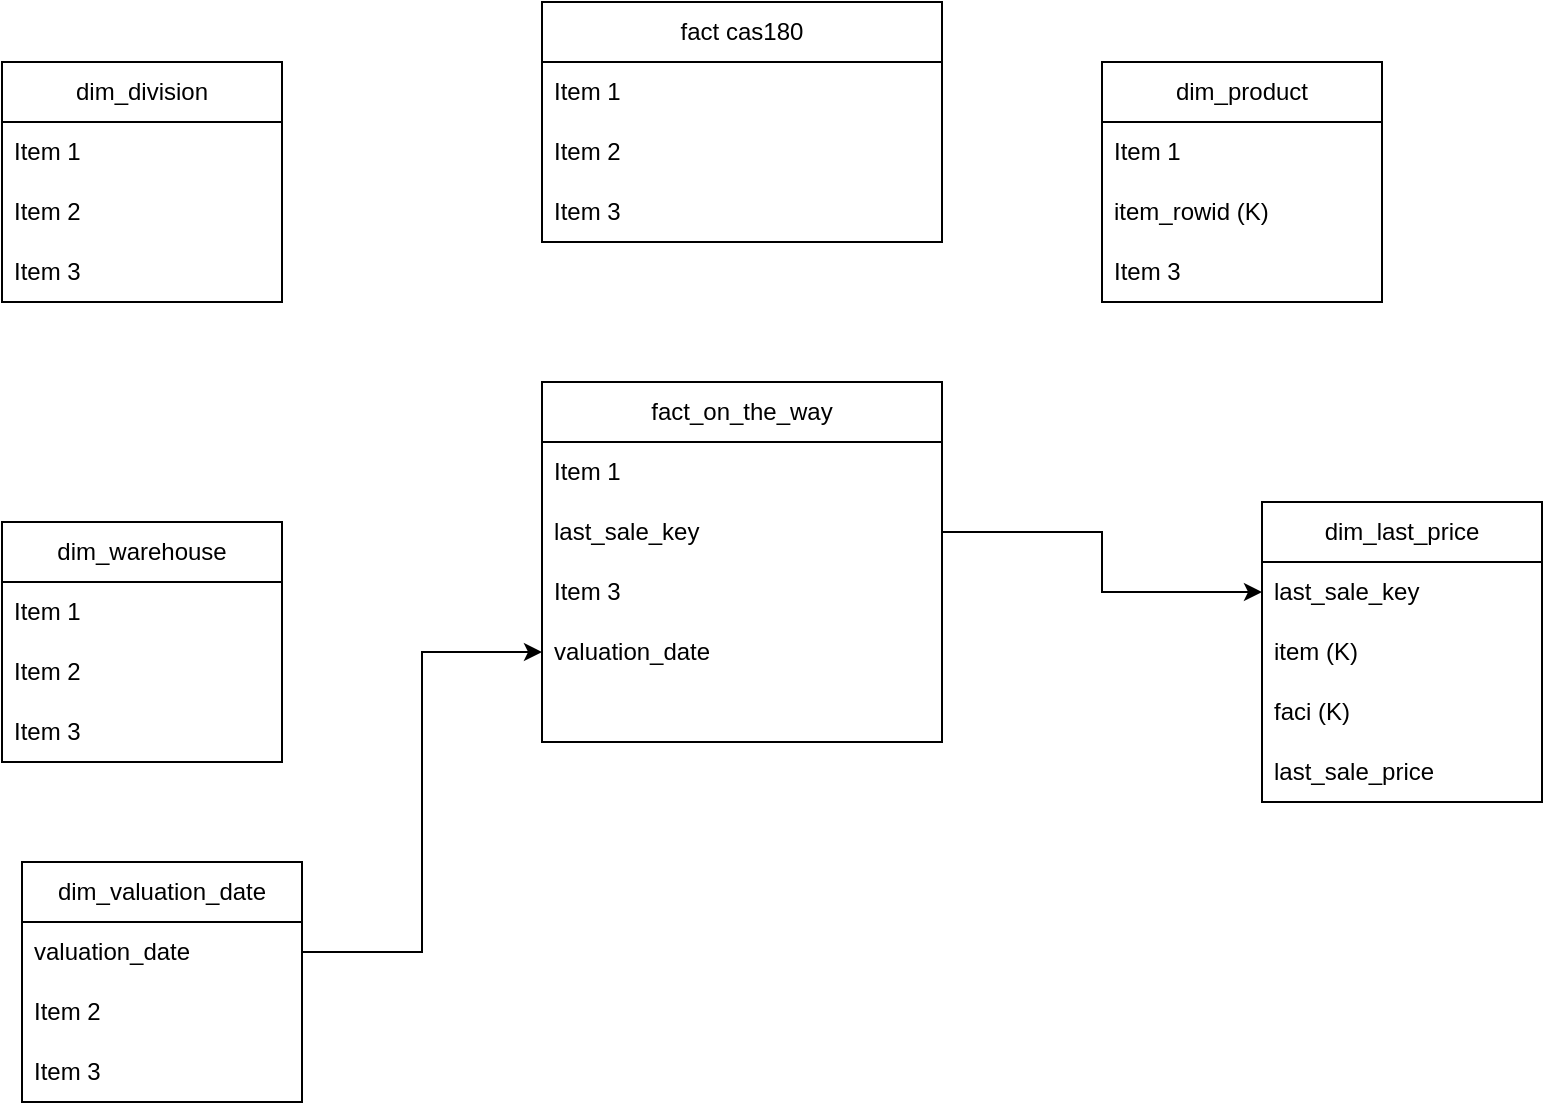
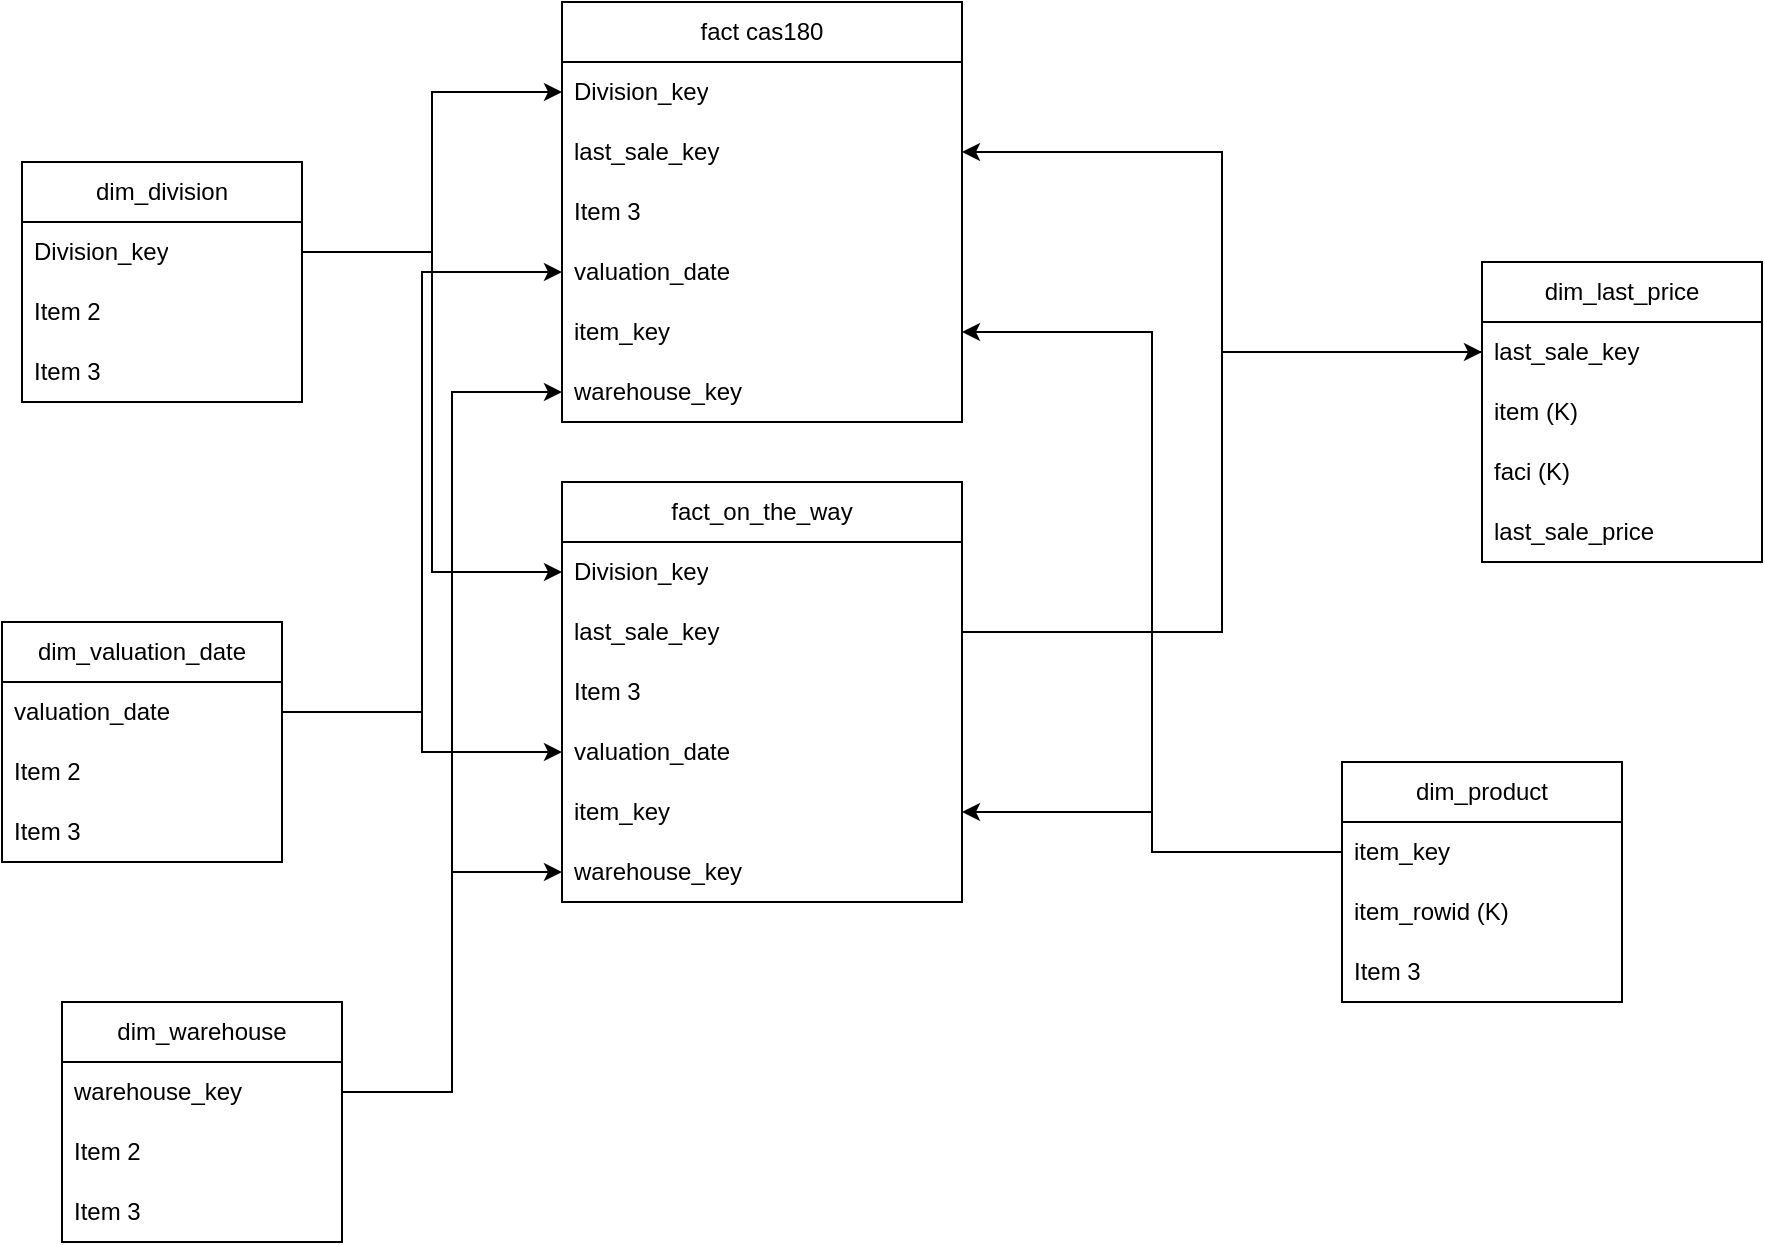
<mxfile host="app.diagrams.net" agent="Mozilla/5.0 (Windows NT 10.0; Win64; x64) AppleWebKit/537.36 (KHTML, like Gecko) Chrome/145.0.0.0 Safari/537.36 Edg/145.0.0.0" version="29.6.6">
  <diagram name="‫עמוד-1‬" id="SnngZsenntkvgHkmtbEi">
    <mxGraphModel dx="1418" dy="746" grid="1" gridSize="10" guides="1" tooltips="1" connect="1" arrows="1" fold="1" page="1" pageScale="1" pageWidth="850" pageHeight="1100" math="0" shadow="0">
      <root>
        <mxCell id="0" />
        <mxCell id="1" parent="0" />
-         <mxCell id="yjG42Ky0P6LHerlhkugd-1" parent="1" style="swimlane;fontStyle=0;childLayout=stackLayout;horizontal=1;startSize=30;horizontalStack=0;resizeParent=1;resizeParentMax=0;resizeLast=0;collapsible=1;marginBottom=0;whiteSpace=wrap;html=1;" value="fact&amp;nbsp;&lt;span style=&quot;background-color: transparent; color: light-dark(rgb(0, 0, 0), rgb(255, 255, 255));&quot;&gt;cas180&lt;/span&gt;" vertex="1">
-           <mxGeometry height="120" width="200" x="360" y="120" as="geometry" />
+         <mxCell id="yjG42Ky0P6LHerlhkugd-5" parent="1" style="swimlane;fontStyle=0;childLayout=stackLayout;horizontal=1;startSize=30;horizontalStack=0;resizeParent=1;resizeParentMax=0;resizeLast=0;collapsible=1;marginBottom=0;whiteSpace=wrap;html=1;" value="fact_on_the_way" vertex="1">
+           <mxGeometry height="210" width="200" x="360" y="310" as="geometry" />
        </mxCell>
-         <mxCell id="yjG42Ky0P6LHerlhkugd-2" parent="yjG42Ky0P6LHerlhkugd-1" style="text;strokeColor=none;fillColor=none;align=left;verticalAlign=middle;spacingLeft=4;spacingRight=4;overflow=hidden;points=[[0,0.5],[1,0.5]];portConstraint=eastwest;rotatable=0;whiteSpace=wrap;html=1;" value="Item 1" vertex="1">
-           <mxGeometry height="30" width="200" y="30" as="geometry" />
-         </mxCell>
-         <mxCell id="yjG42Ky0P6LHerlhkugd-3" parent="yjG42Ky0P6LHerlhkugd-1" style="text;strokeColor=none;fillColor=none;align=left;verticalAlign=middle;spacingLeft=4;spacingRight=4;overflow=hidden;points=[[0,0.5],[1,0.5]];portConstraint=eastwest;rotatable=0;whiteSpace=wrap;html=1;" value="Item 2" vertex="1">
-           <mxGeometry height="30" width="200" y="60" as="geometry" />
-         </mxCell>
-         <mxCell id="yjG42Ky0P6LHerlhkugd-4" parent="yjG42Ky0P6LHerlhkugd-1" style="text;strokeColor=none;fillColor=none;align=left;verticalAlign=middle;spacingLeft=4;spacingRight=4;overflow=hidden;points=[[0,0.5],[1,0.5]];portConstraint=eastwest;rotatable=0;whiteSpace=wrap;html=1;" value="Item 3" vertex="1">
-           <mxGeometry height="30" width="200" y="90" as="geometry" />
-         </mxCell>
-         <mxCell id="yjG42Ky0P6LHerlhkugd-5" parent="1" style="swimlane;fontStyle=0;childLayout=stackLayout;horizontal=1;startSize=30;horizontalStack=0;resizeParent=1;resizeParentMax=0;resizeLast=0;collapsible=1;marginBottom=0;whiteSpace=wrap;html=1;" value="fact_on_the_way" vertex="1">
-           <mxGeometry height="180" width="200" x="360" y="310" as="geometry" />
-         </mxCell>
-         <mxCell id="yjG42Ky0P6LHerlhkugd-6" parent="yjG42Ky0P6LHerlhkugd-5" style="text;strokeColor=none;fillColor=none;align=left;verticalAlign=middle;spacingLeft=4;spacingRight=4;overflow=hidden;points=[[0,0.5],[1,0.5]];portConstraint=eastwest;rotatable=0;whiteSpace=wrap;html=1;" value="Item 1" vertex="1">
+         <mxCell id="yjG42Ky0P6LHerlhkugd-6" parent="yjG42Ky0P6LHerlhkugd-5" style="text;strokeColor=none;fillColor=none;align=left;verticalAlign=middle;spacingLeft=4;spacingRight=4;overflow=hidden;points=[[0,0.5],[1,0.5]];portConstraint=eastwest;rotatable=0;whiteSpace=wrap;html=1;" value="Division_key" vertex="1">
          <mxGeometry height="30" width="200" y="30" as="geometry" />
        </mxCell>
        <mxCell id="yjG42Ky0P6LHerlhkugd-7" parent="yjG42Ky0P6LHerlhkugd-5" style="text;strokeColor=none;fillColor=none;align=left;verticalAlign=middle;spacingLeft=4;spacingRight=4;overflow=hidden;points=[[0,0.5],[1,0.5]];portConstraint=eastwest;rotatable=0;whiteSpace=wrap;html=1;" value="last_sale_key" vertex="1">
          <mxGeometry height="30" width="200" y="60" as="geometry" />
        </mxCell>
        <mxCell id="yjG42Ky0P6LHerlhkugd-8" parent="yjG42Ky0P6LHerlhkugd-5" style="text;strokeColor=none;fillColor=none;align=left;verticalAlign=middle;spacingLeft=4;spacingRight=4;overflow=hidden;points=[[0,0.5],[1,0.5]];portConstraint=eastwest;rotatable=0;whiteSpace=wrap;html=1;" value="Item 3" vertex="1">
          <mxGeometry height="30" width="200" y="90" as="geometry" />
        </mxCell>
        <mxCell id="wR4kLueTRnFJMng4TcAf-12" parent="yjG42Ky0P6LHerlhkugd-5" style="text;strokeColor=none;fillColor=none;align=left;verticalAlign=middle;spacingLeft=4;spacingRight=4;overflow=hidden;points=[[0,0.5],[1,0.5]];portConstraint=eastwest;rotatable=0;whiteSpace=wrap;html=1;" value="valuation_date" vertex="1">
          <mxGeometry height="30" width="200" y="120" as="geometry" />
        </mxCell>
-         <mxCell id="wR4kLueTRnFJMng4TcAf-11" parent="yjG42Ky0P6LHerlhkugd-5" style="text;strokeColor=none;fillColor=none;align=left;verticalAlign=middle;spacingLeft=4;spacingRight=4;overflow=hidden;points=[[0,0.5],[1,0.5]];portConstraint=eastwest;rotatable=0;whiteSpace=wrap;html=1;" vertex="1">
+         <mxCell id="wR4kLueTRnFJMng4TcAf-11" parent="yjG42Ky0P6LHerlhkugd-5" style="text;strokeColor=none;fillColor=none;align=left;verticalAlign=middle;spacingLeft=4;spacingRight=4;overflow=hidden;points=[[0,0.5],[1,0.5]];portConstraint=eastwest;rotatable=0;whiteSpace=wrap;html=1;" value="item_key" vertex="1">
          <mxGeometry height="30" width="200" y="150" as="geometry" />
+         </mxCell>
+         <mxCell id="wR4kLueTRnFJMng4TcAf-16" parent="yjG42Ky0P6LHerlhkugd-5" style="text;strokeColor=none;fillColor=none;align=left;verticalAlign=middle;spacingLeft=4;spacingRight=4;overflow=hidden;points=[[0,0.5],[1,0.5]];portConstraint=eastwest;rotatable=0;whiteSpace=wrap;html=1;" value="&lt;span style=&quot;text-align: center;&quot;&gt;warehouse_key&lt;/span&gt;" vertex="1">
+           <mxGeometry height="30" width="200" y="180" as="geometry" />
        </mxCell>
        <mxCell id="yjG42Ky0P6LHerlhkugd-9" parent="1" style="swimlane;fontStyle=0;childLayout=stackLayout;horizontal=1;startSize=30;horizontalStack=0;resizeParent=1;resizeParentMax=0;resizeLast=0;collapsible=1;marginBottom=0;whiteSpace=wrap;html=1;" value="dim_division" vertex="1">
          <mxGeometry height="120" width="140" x="90" y="150" as="geometry" />
        </mxCell>
-         <mxCell id="yjG42Ky0P6LHerlhkugd-10" parent="yjG42Ky0P6LHerlhkugd-9" style="text;strokeColor=none;fillColor=none;align=left;verticalAlign=middle;spacingLeft=4;spacingRight=4;overflow=hidden;points=[[0,0.5],[1,0.5]];portConstraint=eastwest;rotatable=0;whiteSpace=wrap;html=1;" value="Item 1" vertex="1">
+         <mxCell id="yjG42Ky0P6LHerlhkugd-10" parent="yjG42Ky0P6LHerlhkugd-9" style="text;strokeColor=none;fillColor=none;align=left;verticalAlign=middle;spacingLeft=4;spacingRight=4;overflow=hidden;points=[[0,0.5],[1,0.5]];portConstraint=eastwest;rotatable=0;whiteSpace=wrap;html=1;" value="Division_key" vertex="1">
          <mxGeometry height="30" width="140" y="30" as="geometry" />
        </mxCell>
        <mxCell id="yjG42Ky0P6LHerlhkugd-11" parent="yjG42Ky0P6LHerlhkugd-9" style="text;strokeColor=none;fillColor=none;align=left;verticalAlign=middle;spacingLeft=4;spacingRight=4;overflow=hidden;points=[[0,0.5],[1,0.5]];portConstraint=eastwest;rotatable=0;whiteSpace=wrap;html=1;" value="Item 2" vertex="1">
          <mxGeometry height="30" width="140" y="60" as="geometry" />
        </mxCell>
        <mxCell id="yjG42Ky0P6LHerlhkugd-12" parent="yjG42Ky0P6LHerlhkugd-9" style="text;strokeColor=none;fillColor=none;align=left;verticalAlign=middle;spacingLeft=4;spacingRight=4;overflow=hidden;points=[[0,0.5],[1,0.5]];portConstraint=eastwest;rotatable=0;whiteSpace=wrap;html=1;" value="Item 3" vertex="1">
          <mxGeometry height="30" width="140" y="90" as="geometry" />
        </mxCell>
        <mxCell id="yjG42Ky0P6LHerlhkugd-13" parent="1" style="swimlane;fontStyle=0;childLayout=stackLayout;horizontal=1;startSize=30;horizontalStack=0;resizeParent=1;resizeParentMax=0;resizeLast=0;collapsible=1;marginBottom=0;whiteSpace=wrap;html=1;" value="dim_warehouse" vertex="1">
-           <mxGeometry height="120" width="140" x="90" y="380" as="geometry" />
+           <mxGeometry height="120" width="140" x="110" y="570" as="geometry" />
        </mxCell>
-         <mxCell id="yjG42Ky0P6LHerlhkugd-14" parent="yjG42Ky0P6LHerlhkugd-13" style="text;strokeColor=none;fillColor=none;align=left;verticalAlign=middle;spacingLeft=4;spacingRight=4;overflow=hidden;points=[[0,0.5],[1,0.5]];portConstraint=eastwest;rotatable=0;whiteSpace=wrap;html=1;" value="Item 1" vertex="1">
+         <mxCell id="yjG42Ky0P6LHerlhkugd-14" parent="yjG42Ky0P6LHerlhkugd-13" style="text;strokeColor=none;fillColor=none;align=left;verticalAlign=middle;spacingLeft=4;spacingRight=4;overflow=hidden;points=[[0,0.5],[1,0.5]];portConstraint=eastwest;rotatable=0;whiteSpace=wrap;html=1;" value="&lt;span style=&quot;text-align: center;&quot;&gt;warehouse_key&lt;/span&gt;" vertex="1">
          <mxGeometry height="30" width="140" y="30" as="geometry" />
        </mxCell>
        <mxCell id="yjG42Ky0P6LHerlhkugd-15" parent="yjG42Ky0P6LHerlhkugd-13" style="text;strokeColor=none;fillColor=none;align=left;verticalAlign=middle;spacingLeft=4;spacingRight=4;overflow=hidden;points=[[0,0.5],[1,0.5]];portConstraint=eastwest;rotatable=0;whiteSpace=wrap;html=1;" value="Item 2" vertex="1">
          <mxGeometry height="30" width="140" y="60" as="geometry" />
        </mxCell>
        <mxCell id="yjG42Ky0P6LHerlhkugd-16" parent="yjG42Ky0P6LHerlhkugd-13" style="text;strokeColor=none;fillColor=none;align=left;verticalAlign=middle;spacingLeft=4;spacingRight=4;overflow=hidden;points=[[0,0.5],[1,0.5]];portConstraint=eastwest;rotatable=0;whiteSpace=wrap;html=1;" value="Item 3" vertex="1">
          <mxGeometry height="30" width="140" y="90" as="geometry" />
        </mxCell>
        <mxCell id="yjG42Ky0P6LHerlhkugd-17" parent="1" style="swimlane;fontStyle=0;childLayout=stackLayout;horizontal=1;startSize=30;horizontalStack=0;resizeParent=1;resizeParentMax=0;resizeLast=0;collapsible=1;marginBottom=0;whiteSpace=wrap;html=1;" value="dim_product" vertex="1">
-           <mxGeometry height="120" width="140" x="640" y="150" as="geometry" />
+           <mxGeometry height="120" width="140" x="750" y="450" as="geometry" />
        </mxCell>
-         <mxCell id="yjG42Ky0P6LHerlhkugd-18" parent="yjG42Ky0P6LHerlhkugd-17" style="text;strokeColor=none;fillColor=none;align=left;verticalAlign=middle;spacingLeft=4;spacingRight=4;overflow=hidden;points=[[0,0.5],[1,0.5]];portConstraint=eastwest;rotatable=0;whiteSpace=wrap;html=1;" value="Item 1" vertex="1">
+         <mxCell id="yjG42Ky0P6LHerlhkugd-18" parent="yjG42Ky0P6LHerlhkugd-17" style="text;strokeColor=none;fillColor=none;align=left;verticalAlign=middle;spacingLeft=4;spacingRight=4;overflow=hidden;points=[[0,0.5],[1,0.5]];portConstraint=eastwest;rotatable=0;whiteSpace=wrap;html=1;" value="item_key" vertex="1">
          <mxGeometry height="30" width="140" y="30" as="geometry" />
        </mxCell>
        <mxCell id="yjG42Ky0P6LHerlhkugd-19" parent="yjG42Ky0P6LHerlhkugd-17" style="text;strokeColor=none;fillColor=none;align=left;verticalAlign=middle;spacingLeft=4;spacingRight=4;overflow=hidden;points=[[0,0.5],[1,0.5]];portConstraint=eastwest;rotatable=0;whiteSpace=wrap;html=1;" value="item_rowid (K)" vertex="1">
          <mxGeometry height="30" width="140" y="60" as="geometry" />
        </mxCell>
        <mxCell id="yjG42Ky0P6LHerlhkugd-20" parent="yjG42Ky0P6LHerlhkugd-17" style="text;strokeColor=none;fillColor=none;align=left;verticalAlign=middle;spacingLeft=4;spacingRight=4;overflow=hidden;points=[[0,0.5],[1,0.5]];portConstraint=eastwest;rotatable=0;whiteSpace=wrap;html=1;" value="Item 3" vertex="1">
          <mxGeometry height="30" width="140" y="90" as="geometry" />
        </mxCell>
        <mxCell id="wR4kLueTRnFJMng4TcAf-1" parent="1" style="swimlane;fontStyle=0;childLayout=stackLayout;horizontal=1;startSize=30;horizontalStack=0;resizeParent=1;resizeParentMax=0;resizeLast=0;collapsible=1;marginBottom=0;whiteSpace=wrap;html=1;" value="dim_last_price" vertex="1">
-           <mxGeometry height="150" width="140" x="720" y="370" as="geometry" />
+           <mxGeometry height="150" width="140" x="820" y="200" as="geometry" />
        </mxCell>
        <mxCell id="wR4kLueTRnFJMng4TcAf-2" parent="wR4kLueTRnFJMng4TcAf-1" style="text;strokeColor=none;fillColor=none;align=left;verticalAlign=middle;spacingLeft=4;spacingRight=4;overflow=hidden;points=[[0,0.5],[1,0.5]];portConstraint=eastwest;rotatable=0;whiteSpace=wrap;html=1;" value="last_sale_key" vertex="1">
          <mxGeometry height="30" width="140" y="30" as="geometry" />
        </mxCell>
        <mxCell id="wR4kLueTRnFJMng4TcAf-3" parent="wR4kLueTRnFJMng4TcAf-1" style="text;strokeColor=none;fillColor=none;align=left;verticalAlign=middle;spacingLeft=4;spacingRight=4;overflow=hidden;points=[[0,0.5],[1,0.5]];portConstraint=eastwest;rotatable=0;whiteSpace=wrap;html=1;" value="item (K)" vertex="1">
          <mxGeometry height="30" width="140" y="60" as="geometry" />
        </mxCell>
        <mxCell id="wR4kLueTRnFJMng4TcAf-5" parent="wR4kLueTRnFJMng4TcAf-1" style="text;strokeColor=none;fillColor=none;align=left;verticalAlign=middle;spacingLeft=4;spacingRight=4;overflow=hidden;points=[[0,0.5],[1,0.5]];portConstraint=eastwest;rotatable=0;whiteSpace=wrap;html=1;" value="faci (K)" vertex="1">
          <mxGeometry height="30" width="140" y="90" as="geometry" />
        </mxCell>
        <mxCell id="wR4kLueTRnFJMng4TcAf-4" parent="wR4kLueTRnFJMng4TcAf-1" style="text;strokeColor=none;fillColor=none;align=left;verticalAlign=middle;spacingLeft=4;spacingRight=4;overflow=hidden;points=[[0,0.5],[1,0.5]];portConstraint=eastwest;rotatable=0;whiteSpace=wrap;html=1;" value="last_sale_price" vertex="1">
          <mxGeometry height="30" width="140" y="120" as="geometry" />
        </mxCell>
        <mxCell id="wR4kLueTRnFJMng4TcAf-6" edge="1" parent="1" source="yjG42Ky0P6LHerlhkugd-7" style="edgeStyle=orthogonalEdgeStyle;rounded=0;orthogonalLoop=1;jettySize=auto;html=1;" target="wR4kLueTRnFJMng4TcAf-2">
          <mxGeometry relative="1" as="geometry" />
        </mxCell>
        <mxCell id="wR4kLueTRnFJMng4TcAf-7" parent="1" style="swimlane;fontStyle=0;childLayout=stackLayout;horizontal=1;startSize=30;horizontalStack=0;resizeParent=1;resizeParentMax=0;resizeLast=0;collapsible=1;marginBottom=0;whiteSpace=wrap;html=1;" value="dim_&lt;span style=&quot;text-align: left;&quot;&gt;valuation&lt;/span&gt;_date" vertex="1">
-           <mxGeometry height="120" width="140" x="100" y="550" as="geometry" />
+           <mxGeometry height="120" width="140" x="80" y="380" as="geometry" />
        </mxCell>
        <mxCell id="wR4kLueTRnFJMng4TcAf-8" parent="wR4kLueTRnFJMng4TcAf-7" style="text;strokeColor=none;fillColor=none;align=left;verticalAlign=middle;spacingLeft=4;spacingRight=4;overflow=hidden;points=[[0,0.5],[1,0.5]];portConstraint=eastwest;rotatable=0;whiteSpace=wrap;html=1;" value="valuation_date" vertex="1">
          <mxGeometry height="30" width="140" y="30" as="geometry" />
        </mxCell>
        <mxCell id="wR4kLueTRnFJMng4TcAf-9" parent="wR4kLueTRnFJMng4TcAf-7" style="text;strokeColor=none;fillColor=none;align=left;verticalAlign=middle;spacingLeft=4;spacingRight=4;overflow=hidden;points=[[0,0.5],[1,0.5]];portConstraint=eastwest;rotatable=0;whiteSpace=wrap;html=1;" value="Item 2" vertex="1">
          <mxGeometry height="30" width="140" y="60" as="geometry" />
        </mxCell>
        <mxCell id="wR4kLueTRnFJMng4TcAf-10" parent="wR4kLueTRnFJMng4TcAf-7" style="text;strokeColor=none;fillColor=none;align=left;verticalAlign=middle;spacingLeft=4;spacingRight=4;overflow=hidden;points=[[0,0.5],[1,0.5]];portConstraint=eastwest;rotatable=0;whiteSpace=wrap;html=1;" value="Item 3" vertex="1">
          <mxGeometry height="30" width="140" y="90" as="geometry" />
        </mxCell>
        <mxCell id="wR4kLueTRnFJMng4TcAf-13" edge="1" parent="1" source="wR4kLueTRnFJMng4TcAf-8" style="edgeStyle=orthogonalEdgeStyle;rounded=0;orthogonalLoop=1;jettySize=auto;html=1;" target="wR4kLueTRnFJMng4TcAf-12">
          <mxGeometry relative="1" as="geometry" />
        </mxCell>
+         <mxCell id="wR4kLueTRnFJMng4TcAf-14" edge="1" parent="1" source="yjG42Ky0P6LHerlhkugd-10" style="edgeStyle=orthogonalEdgeStyle;rounded=0;orthogonalLoop=1;jettySize=auto;html=1;" target="yjG42Ky0P6LHerlhkugd-6">
+           <mxGeometry relative="1" as="geometry" />
+         </mxCell>
+         <mxCell id="wR4kLueTRnFJMng4TcAf-15" edge="1" parent="1" source="yjG42Ky0P6LHerlhkugd-18" style="edgeStyle=orthogonalEdgeStyle;rounded=0;orthogonalLoop=1;jettySize=auto;html=1;" target="wR4kLueTRnFJMng4TcAf-11">
+           <mxGeometry relative="1" as="geometry" />
+         </mxCell>
+         <mxCell id="wR4kLueTRnFJMng4TcAf-17" edge="1" parent="1" source="yjG42Ky0P6LHerlhkugd-14" style="edgeStyle=orthogonalEdgeStyle;rounded=0;orthogonalLoop=1;jettySize=auto;html=1;" target="wR4kLueTRnFJMng4TcAf-16">
+           <mxGeometry relative="1" as="geometry" />
+         </mxCell>
+         <mxCell id="wR4kLueTRnFJMng4TcAf-18" parent="1" style="swimlane;fontStyle=0;childLayout=stackLayout;horizontal=1;startSize=30;horizontalStack=0;resizeParent=1;resizeParentMax=0;resizeLast=0;collapsible=1;marginBottom=0;whiteSpace=wrap;html=1;" value="fact&amp;nbsp;&lt;span style=&quot;color: light-dark(rgb(0, 0, 0), rgb(255, 255, 255)); background-color: transparent;&quot;&gt;cas180&lt;/span&gt;" vertex="1">
+           <mxGeometry height="210" width="200" x="360" y="70" as="geometry" />
+         </mxCell>
+         <mxCell id="wR4kLueTRnFJMng4TcAf-19" parent="wR4kLueTRnFJMng4TcAf-18" style="text;strokeColor=none;fillColor=none;align=left;verticalAlign=middle;spacingLeft=4;spacingRight=4;overflow=hidden;points=[[0,0.5],[1,0.5]];portConstraint=eastwest;rotatable=0;whiteSpace=wrap;html=1;" value="Division_key" vertex="1">
+           <mxGeometry height="30" width="200" y="30" as="geometry" />
+         </mxCell>
+         <mxCell id="wR4kLueTRnFJMng4TcAf-20" parent="wR4kLueTRnFJMng4TcAf-18" style="text;strokeColor=none;fillColor=none;align=left;verticalAlign=middle;spacingLeft=4;spacingRight=4;overflow=hidden;points=[[0,0.5],[1,0.5]];portConstraint=eastwest;rotatable=0;whiteSpace=wrap;html=1;" value="last_sale_key" vertex="1">
+           <mxGeometry height="30" width="200" y="60" as="geometry" />
+         </mxCell>
+         <mxCell id="wR4kLueTRnFJMng4TcAf-21" parent="wR4kLueTRnFJMng4TcAf-18" style="text;strokeColor=none;fillColor=none;align=left;verticalAlign=middle;spacingLeft=4;spacingRight=4;overflow=hidden;points=[[0,0.5],[1,0.5]];portConstraint=eastwest;rotatable=0;whiteSpace=wrap;html=1;" value="Item 3" vertex="1">
+           <mxGeometry height="30" width="200" y="90" as="geometry" />
+         </mxCell>
+         <mxCell id="wR4kLueTRnFJMng4TcAf-22" parent="wR4kLueTRnFJMng4TcAf-18" style="text;strokeColor=none;fillColor=none;align=left;verticalAlign=middle;spacingLeft=4;spacingRight=4;overflow=hidden;points=[[0,0.5],[1,0.5]];portConstraint=eastwest;rotatable=0;whiteSpace=wrap;html=1;" value="valuation_date" vertex="1">
+           <mxGeometry height="30" width="200" y="120" as="geometry" />
+         </mxCell>
+         <mxCell id="wR4kLueTRnFJMng4TcAf-23" parent="wR4kLueTRnFJMng4TcAf-18" style="text;strokeColor=none;fillColor=none;align=left;verticalAlign=middle;spacingLeft=4;spacingRight=4;overflow=hidden;points=[[0,0.5],[1,0.5]];portConstraint=eastwest;rotatable=0;whiteSpace=wrap;html=1;" value="item_key" vertex="1">
+           <mxGeometry height="30" width="200" y="150" as="geometry" />
+         </mxCell>
+         <mxCell id="wR4kLueTRnFJMng4TcAf-24" parent="wR4kLueTRnFJMng4TcAf-18" style="text;strokeColor=none;fillColor=none;align=left;verticalAlign=middle;spacingLeft=4;spacingRight=4;overflow=hidden;points=[[0,0.5],[1,0.5]];portConstraint=eastwest;rotatable=0;whiteSpace=wrap;html=1;" value="&lt;span style=&quot;text-align: center;&quot;&gt;warehouse_key&lt;/span&gt;" vertex="1">
+           <mxGeometry height="30" width="200" y="180" as="geometry" />
+         </mxCell>
+         <mxCell id="wR4kLueTRnFJMng4TcAf-25" edge="1" parent="1" source="yjG42Ky0P6LHerlhkugd-10" style="edgeStyle=orthogonalEdgeStyle;rounded=0;orthogonalLoop=1;jettySize=auto;html=1;" target="wR4kLueTRnFJMng4TcAf-19">
+           <mxGeometry relative="1" as="geometry" />
+         </mxCell>
+         <mxCell id="wR4kLueTRnFJMng4TcAf-26" edge="1" parent="1" source="wR4kLueTRnFJMng4TcAf-8" style="edgeStyle=orthogonalEdgeStyle;rounded=0;orthogonalLoop=1;jettySize=auto;html=1;" target="wR4kLueTRnFJMng4TcAf-22">
+           <mxGeometry relative="1" as="geometry" />
+         </mxCell>
+         <mxCell id="wR4kLueTRnFJMng4TcAf-27" edge="1" parent="1" source="yjG42Ky0P6LHerlhkugd-14" style="edgeStyle=orthogonalEdgeStyle;rounded=0;orthogonalLoop=1;jettySize=auto;html=1;" target="wR4kLueTRnFJMng4TcAf-24">
+           <mxGeometry relative="1" as="geometry" />
+         </mxCell>
+         <mxCell id="wR4kLueTRnFJMng4TcAf-28" edge="1" parent="1" source="wR4kLueTRnFJMng4TcAf-2" style="edgeStyle=orthogonalEdgeStyle;rounded=0;orthogonalLoop=1;jettySize=auto;html=1;" target="wR4kLueTRnFJMng4TcAf-20">
+           <mxGeometry relative="1" as="geometry" />
+         </mxCell>
+         <mxCell id="wR4kLueTRnFJMng4TcAf-29" edge="1" parent="1" source="yjG42Ky0P6LHerlhkugd-18" style="edgeStyle=orthogonalEdgeStyle;rounded=0;orthogonalLoop=1;jettySize=auto;html=1;" target="wR4kLueTRnFJMng4TcAf-23">
+           <mxGeometry relative="1" as="geometry" />
+         </mxCell>
      </root>
    </mxGraphModel>
  </diagram>
</mxfile>
